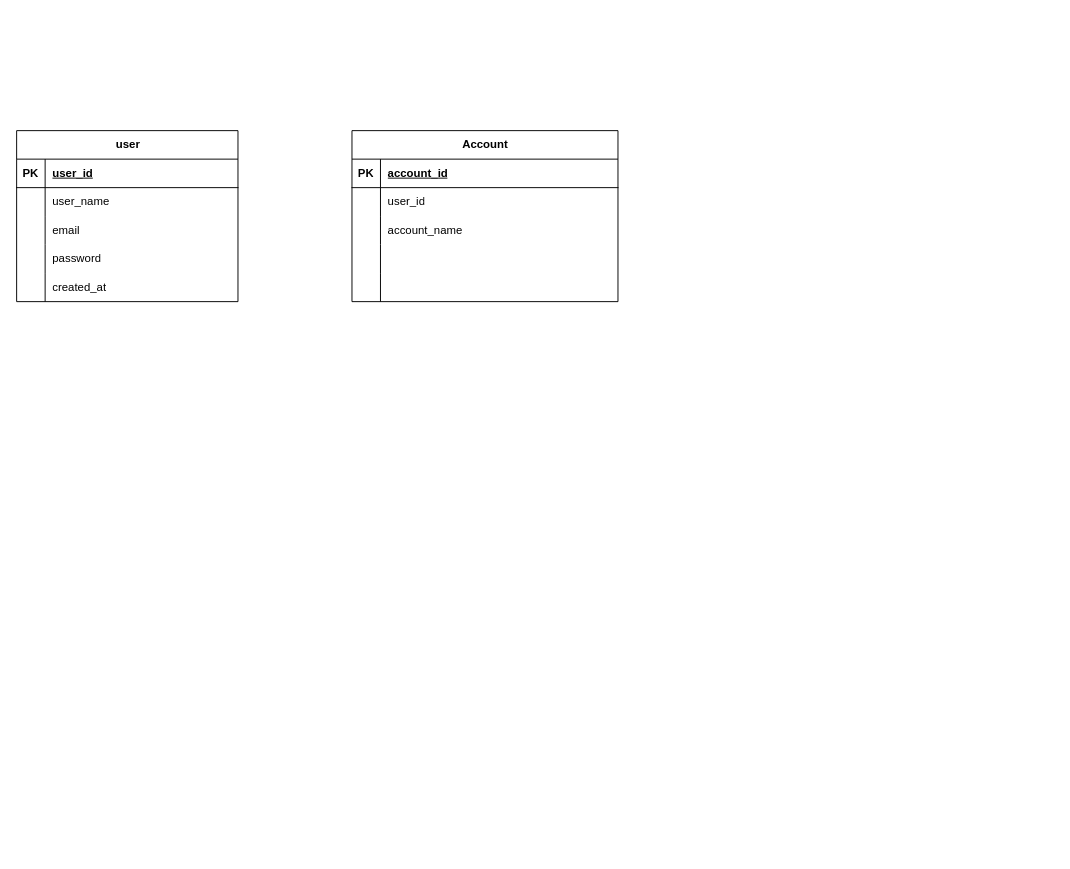
Before: er.dio in Fjisannsann/budget-book-app, a draw.io diagram. Source tidied: cells renumbered, new cells numbered last; positions are measured from the earlier drawing's top-left corner, leaving out a move shared by most shapes. Both pictures are drawn from the tidied source at 95%, with x=0, y=0 at pixel (16, 130).
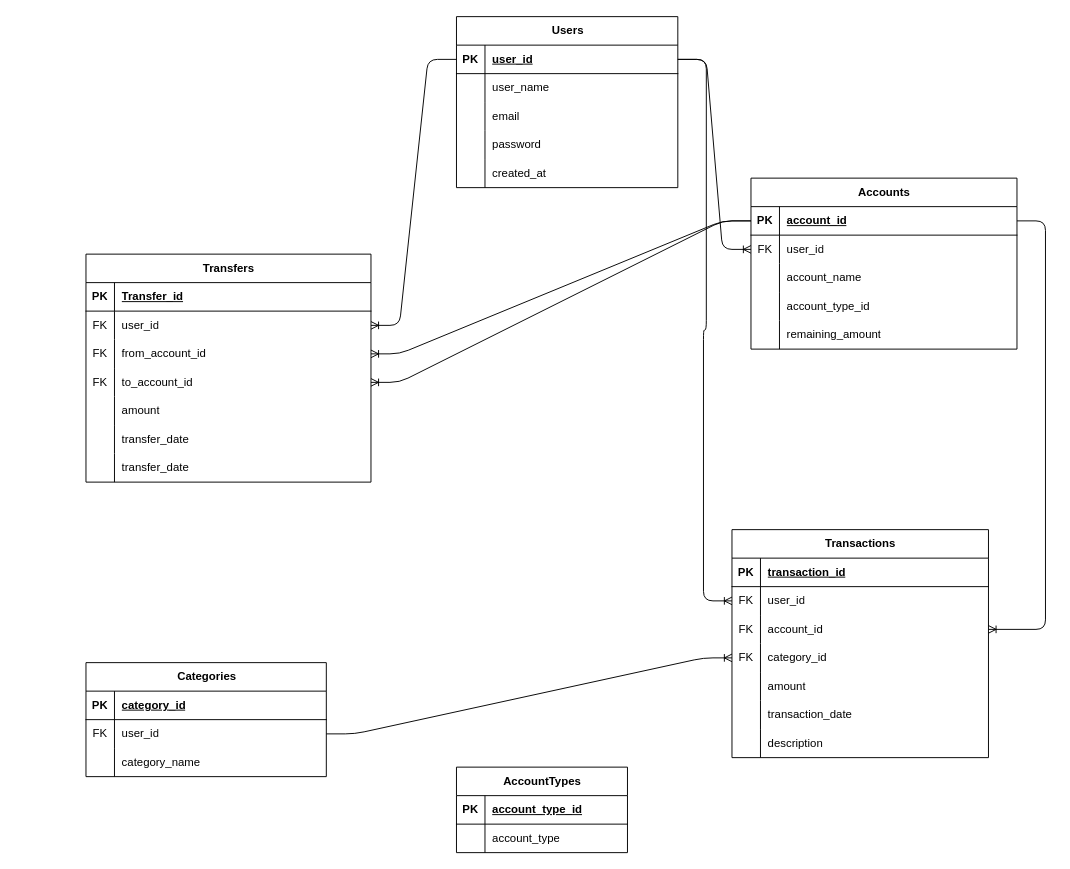
Above is the later version.

Unchanged cells that the change refers to:
```xml
<mxCell id="3" style="shape=tableRow;horizontal=0;startSize=0;swimlaneHead=0;swimlaneBody=0;fillColor=none;points=[[0,0.5],[1,0.5]];portConstraint=eastwest;top=0;left=0;right=0;bottom=1;" parent="2" vertex="1">
  <mxGeometry y="30" width="233" height="30" as="geometry" />
</mxCell>
<mxCell id="19" style="shape=tableRow;horizontal=0;startSize=0;swimlaneHead=0;swimlaneBody=0;fillColor=none;points=[[0,0.5],[1,0.5]];portConstraint=eastwest;top=0;left=0;right=0;bottom=1;" parent="18" vertex="1">
  <mxGeometry y="30" width="280" height="30" as="geometry" />
</mxCell>
<mxCell id="22" style="shape=tableRow;horizontal=0;startSize=0;swimlaneHead=0;swimlaneBody=0;fillColor=none;points=[[0,0.5],[1,0.5]];portConstraint=eastwest;top=0;left=0;right=0;bottom=0;" parent="18" vertex="1">
  <mxGeometry y="60" width="280" height="30" as="geometry" />
</mxCell>
<mxCell id="28" style="shape=tableRow;horizontal=0;startSize=0;swimlaneHead=0;swimlaneBody=0;fillColor=none;top=0;left=0;right=0;bottom=0;" parent="18" vertex="1">
  <mxGeometry y="120" width="280" height="30" as="geometry" />
</mxCell>
<mxCell id="31" style="shape=tableRow;horizontal=0;startSize=0;swimlaneHead=0;swimlaneBody=0;fillColor=none;top=0;left=0;right=0;bottom=0;" parent="18" vertex="1">
  <mxGeometry y="150" width="280" height="30" as="geometry" />
</mxCell>
```

Diff of the diagram source:
```diff
@@
-<mxGraphModel>
+<mxGraphModel background="#ffffff">
@@
-    <mxCell id="2" value="user" style="shape=table;startSize=30;childLayout=tableLayout;rowLines=0;fontStyle=1;align=center;html=1;" parent="1" vertex="1">
-      <mxGeometry width="233" height="180" as="geometry" />
+    <mxCell id="2" value="Users" style="shape=table;startSize=30;childLayout=tableLayout;rowLines=0;fontStyle=1;align=center;html=1;" parent="1" vertex="1">
+      <mxGeometry x="463" y="-120" width="233" height="180" as="geometry" />
     </mxCell>
@@
-    <mxCell id="18" value="Account" style="shape=table;startSize=30;childLayout=tableLayout;rowLines=0;fontStyle=1;align=center;html=1;" parent="1" vertex="1">
-      <mxGeometry x="353" width="280" height="180" as="geometry" />
+    <mxCell id="18" value="Accounts" style="shape=table;startSize=30;childLayout=tableLayout;rowLines=0;fontStyle=1;align=center;html=1;" parent="1" vertex="1">
+      <mxGeometry x="773" y="50" width="280" height="180" as="geometry" />
     </mxCell>
@@
-    <mxCell id="23" style="shape=partialRectangle;fillColor=none;top=0;left=0;bottom=0;right=0;overflow=hidden;whiteSpace=wrap;html=1;" parent="22" vertex="1">
+    <mxCell id="23" value="FK" style="shape=partialRectangle;fillColor=none;top=0;left=0;bottom=0;right=0;overflow=hidden;whiteSpace=wrap;html=1;" parent="22" vertex="1">
       <mxGeometry width="30" height="30" as="geometry" />
     </mxCell>
@@
-    <mxCell id="30" style="shape=partialRectangle;fillColor=none;top=0;left=0;bottom=0;right=0;align=left;spacingLeft=6;overflow=hidden;whiteSpace=wrap;html=1;" parent="28" vertex="1">
+    <mxCell id="30" value="account_type_id" style="shape=partialRectangle;fillColor=none;top=0;left=0;bottom=0;right=0;align=left;spacingLeft=6;overflow=hidden;whiteSpace=wrap;html=1;" parent="28" vertex="1">
       <mxGeometry x="30" width="250" height="30" as="geometry" />
     </mxCell>
@@
-    <mxCell id="33" style="shape=partialRectangle;fillColor=none;top=0;left=0;bottom=0;right=0;align=left;spacingLeft=6;overflow=hidden;whiteSpace=wrap;html=1;" parent="31" vertex="1">
+    <mxCell id="33" value="remaining_amount" style="shape=partialRectangle;fillColor=none;top=0;left=0;bottom=0;right=0;align=left;spacingLeft=6;overflow=hidden;whiteSpace=wrap;html=1;" parent="31" vertex="1">
       <mxGeometry x="30" width="250" height="30" as="geometry" />
     </mxCell>
+    <mxCell id="34" value="Categories" style="shape=table;startSize=30;childLayout=tableLayout;rowLines=0;fontStyle=1;align=center;html=1;" parent="1" vertex="1">
+      <mxGeometry x="73" y="560" width="253" height="120" as="geometry" />
+    </mxCell>
+    <mxCell id="35" style="shape=tableRow;horizontal=0;startSize=0;swimlaneHead=0;swimlaneBody=0;fillColor=none;top=0;left=0;right=0;bottom=1;" parent="34" vertex="1">
+      <mxGeometry y="30" width="253" height="30" as="geometry" />
+    </mxCell>
+    <mxCell id="36" value="PK" style="shape=partialRectangle;fillColor=none;top=0;left=0;bottom=0;right=0;fontStyle=1;overflow=hidden;whiteSpace=wrap;html=1;" parent="35" vertex="1">
+      <mxGeometry width="30" height="30" as="geometry" />
+    </mxCell>
+    <mxCell id="37" value="category_id" style="shape=partialRectangle;fillColor=none;top=0;left=0;bottom=0;right=0;align=left;spacingLeft=6;fontStyle=5;overflow=hidden;whiteSpace=wrap;html=1;" parent="35" vertex="1">
+      <mxGeometry x="30" width="223" height="30" as="geometry" />
+    </mxCell>
+    <mxCell id="38" style="shape=tableRow;horizontal=0;startSize=0;swimlaneHead=0;swimlaneBody=0;fillColor=none;points=[[0,0.5],[1,0.5]];portConstraint=eastwest;top=0;left=0;right=0;bottom=0;" parent="34" vertex="1">
+      <mxGeometry y="60" width="253" height="30" as="geometry" />
+    </mxCell>
+    <mxCell id="39" value="FK" style="shape=partialRectangle;fillColor=none;top=0;left=0;bottom=0;right=0;overflow=hidden;whiteSpace=wrap;html=1;" parent="38" vertex="1">
+      <mxGeometry width="30" height="30" as="geometry" />
+    </mxCell>
+    <mxCell id="40" value="user_id" style="shape=partialRectangle;fillColor=none;top=0;left=0;bottom=0;right=0;align=left;spacingLeft=6;overflow=hidden;whiteSpace=wrap;html=1;" parent="38" vertex="1">
+      <mxGeometry x="30" width="223" height="30" as="geometry" />
+    </mxCell>
+    <mxCell id="41" style="shape=tableRow;horizontal=0;startSize=0;swimlaneHead=0;swimlaneBody=0;fillColor=none;top=0;left=0;right=0;bottom=0;" parent="34" vertex="1">
+      <mxGeometry y="90" width="253" height="30" as="geometry" />
+    </mxCell>
+    <mxCell id="42" style="shape=partialRectangle;fillColor=none;top=0;left=0;bottom=0;right=0;overflow=hidden;whiteSpace=wrap;html=1;" parent="41" vertex="1">
+      <mxGeometry width="30" height="30" as="geometry" />
+    </mxCell>
+    <mxCell id="43" value="category_name" style="shape=partialRectangle;fillColor=none;top=0;left=0;bottom=0;right=0;align=left;spacingLeft=6;overflow=hidden;whiteSpace=wrap;html=1;" parent="41" vertex="1">
+      <mxGeometry x="30" width="223" height="30" as="geometry" />
+    </mxCell>
+    <mxCell id="44" value="Transactions" style="shape=table;startSize=30;childLayout=tableLayout;rowLines=0;fontStyle=1;align=center;html=1;" parent="1" vertex="1">
+      <mxGeometry x="753" y="420" width="270" height="240" as="geometry" />
+    </mxCell>
+    <mxCell id="45" style="shape=tableRow;horizontal=0;startSize=0;swimlaneHead=0;swimlaneBody=0;fillColor=none;top=0;left=0;right=0;bottom=1;" parent="44" vertex="1">
+      <mxGeometry y="30" width="270" height="30" as="geometry" />
+    </mxCell>
+    <mxCell id="46" value="PK" style="shape=partialRectangle;fillColor=none;top=0;left=0;bottom=0;right=0;fontStyle=1;overflow=hidden;whiteSpace=wrap;html=1;" parent="45" vertex="1">
+      <mxGeometry width="30" height="30" as="geometry" />
+    </mxCell>
+    <mxCell id="47" value="transaction_id" style="shape=partialRectangle;fillColor=none;top=0;left=0;bottom=0;right=0;align=left;spacingLeft=6;fontStyle=5;overflow=hidden;whiteSpace=wrap;html=1;" parent="45" vertex="1">
+      <mxGeometry x="30" width="240" height="30" as="geometry" />
+    </mxCell>
+    <mxCell id="48" style="shape=tableRow;horizontal=0;startSize=0;swimlaneHead=0;swimlaneBody=0;fillColor=none;points=[[0,0.5],[1,0.5]];portConstraint=eastwest;top=0;left=0;right=0;bottom=0;" parent="44" vertex="1">
+      <mxGeometry y="60" width="270" height="30" as="geometry" />
+    </mxCell>
+    <mxCell id="49" value="FK" style="shape=partialRectangle;fillColor=none;top=0;left=0;bottom=0;right=0;overflow=hidden;whiteSpace=wrap;html=1;" parent="48" vertex="1">
+      <mxGeometry width="30" height="30" as="geometry" />
+    </mxCell>
+    <mxCell id="50" value="user_id" style="shape=partialRectangle;fillColor=none;top=0;left=0;bottom=0;right=0;align=left;spacingLeft=6;overflow=hidden;whiteSpace=wrap;html=1;" parent="48" vertex="1">
+      <mxGeometry x="30" width="240" height="30" as="geometry" />
+    </mxCell>
+    <mxCell id="51" style="shape=tableRow;horizontal=0;startSize=0;swimlaneHead=0;swimlaneBody=0;fillColor=none;points=[[0,0.5],[1,0.5]];portConstraint=eastwest;top=0;left=0;right=0;bottom=0;" parent="44" vertex="1">
+      <mxGeometry y="90" width="270" height="30" as="geometry" />
+    </mxCell>
+    <mxCell id="52" value="FK" style="shape=partialRectangle;fillColor=none;top=0;left=0;bottom=0;right=0;overflow=hidden;whiteSpace=wrap;html=1;" parent="51" vertex="1">
+      <mxGeometry width="30" height="30" as="geometry" />
+    </mxCell>
+    <mxCell id="53" value="account_id" style="shape=partialRectangle;fillColor=none;top=0;left=0;bottom=0;right=0;align=left;spacingLeft=6;overflow=hidden;whiteSpace=wrap;html=1;" parent="51" vertex="1">
+      <mxGeometry x="30" width="240" height="30" as="geometry" />
+    </mxCell>
+    <mxCell id="54" style="shape=tableRow;horizontal=0;startSize=0;swimlaneHead=0;swimlaneBody=0;fillColor=none;points=[[0,0.5],[1,0.5]];portConstraint=eastwest;top=0;left=0;right=0;bottom=0;" parent="44" vertex="1">
+      <mxGeometry y="120" width="270" height="30" as="geometry" />
+    </mxCell>
+    <mxCell id="55" value="FK" style="shape=partialRectangle;fillColor=none;top=0;left=0;bottom=0;right=0;overflow=hidden;whiteSpace=wrap;html=1;" parent="54" vertex="1">
+      <mxGeometry width="30" height="30" as="geometry" />
+    </mxCell>
+    <mxCell id="56" value="&lt;span style=&quot;color: rgb(0, 0, 0);&quot;&gt;category_id&lt;/span&gt;" style="shape=partialRectangle;fillColor=none;top=0;left=0;bottom=0;right=0;align=left;spacingLeft=6;overflow=hidden;whiteSpace=wrap;html=1;" parent="54" vertex="1">
+      <mxGeometry x="30" width="240" height="30" as="geometry" />
+    </mxCell>
+    <mxCell id="57" style="shape=tableRow;horizontal=0;startSize=0;swimlaneHead=0;swimlaneBody=0;fillColor=none;top=0;left=0;right=0;bottom=0;" parent="44" vertex="1">
+      <mxGeometry y="150" width="270" height="30" as="geometry" />
+    </mxCell>
+    <mxCell id="58" style="shape=partialRectangle;fillColor=none;top=0;left=0;bottom=0;right=0;overflow=hidden;whiteSpace=wrap;html=1;" parent="57" vertex="1">
+      <mxGeometry width="30" height="30" as="geometry" />
+    </mxCell>
+    <mxCell id="59" value="amount" style="shape=partialRectangle;fillColor=none;top=0;left=0;bottom=0;right=0;align=left;spacingLeft=6;overflow=hidden;whiteSpace=wrap;html=1;" parent="57" vertex="1">
+      <mxGeometry x="30" width="240" height="30" as="geometry" />
+    </mxCell>
+    <mxCell id="60" style="shape=tableRow;horizontal=0;startSize=0;swimlaneHead=0;swimlaneBody=0;fillColor=none;top=0;left=0;right=0;bottom=0;" parent="44" vertex="1">
+      <mxGeometry y="180" width="270" height="30" as="geometry" />
+    </mxCell>
+    <mxCell id="61" style="shape=partialRectangle;fillColor=none;top=0;left=0;bottom=0;right=0;overflow=hidden;whiteSpace=wrap;html=1;" parent="60" vertex="1">
+      <mxGeometry width="30" height="30" as="geometry" />
+    </mxCell>
+    <mxCell id="62" value="transaction_date" style="shape=partialRectangle;fillColor=none;top=0;left=0;bottom=0;right=0;align=left;spacingLeft=6;overflow=hidden;whiteSpace=wrap;html=1;" parent="60" vertex="1">
+      <mxGeometry x="30" width="240" height="30" as="geometry" />
+    </mxCell>
+    <mxCell id="63" style="shape=tableRow;horizontal=0;startSize=0;swimlaneHead=0;swimlaneBody=0;fillColor=none;top=0;left=0;right=0;bottom=0;" parent="44" vertex="1">
+      <mxGeometry y="210" width="270" height="30" as="geometry" />
+    </mxCell>
+    <mxCell id="64" style="shape=partialRectangle;fillColor=none;top=0;left=0;bottom=0;right=0;overflow=hidden;whiteSpace=wrap;html=1;" parent="63" vertex="1">
+      <mxGeometry width="30" height="30" as="geometry" />
+    </mxCell>
+    <mxCell id="65" value="description" style="shape=partialRectangle;fillColor=none;top=0;left=0;bottom=0;right=0;align=left;spacingLeft=6;overflow=hidden;whiteSpace=wrap;html=1;" parent="63" vertex="1">
+      <mxGeometry x="30" width="240" height="30" as="geometry" />
+    </mxCell>
+    <mxCell id="66" value="Transfers" style="shape=table;startSize=30;childLayout=tableLayout;rowLines=0;fontStyle=1;align=center;html=1;" parent="1" vertex="1">
+      <mxGeometry x="73" y="130" width="300" height="240" as="geometry" />
+    </mxCell>
+    <mxCell id="67" style="shape=tableRow;horizontal=0;startSize=0;swimlaneHead=0;swimlaneBody=0;fillColor=none;top=0;left=0;right=0;bottom=1;" parent="66" vertex="1">
+      <mxGeometry y="30" width="300" height="30" as="geometry" />
+    </mxCell>
+    <mxCell id="68" value="PK" style="shape=partialRectangle;fillColor=none;top=0;left=0;bottom=0;right=0;fontStyle=1;overflow=hidden;whiteSpace=wrap;html=1;" parent="67" vertex="1">
+      <mxGeometry width="30" height="30" as="geometry" />
+    </mxCell>
+    <mxCell id="69" value="Transfer_id" style="shape=partialRectangle;fillColor=none;top=0;left=0;bottom=0;right=0;align=left;spacingLeft=6;fontStyle=5;overflow=hidden;whiteSpace=wrap;html=1;" parent="67" vertex="1">
+      <mxGeometry x="30" width="270" height="30" as="geometry" />
+    </mxCell>
+    <mxCell id="70" style="shape=tableRow;horizontal=0;startSize=0;swimlaneHead=0;swimlaneBody=0;fillColor=none;points=[[0,0.5],[1,0.5]];portConstraint=eastwest;top=0;left=0;right=0;bottom=0;" parent="66" vertex="1">
+      <mxGeometry y="60" width="300" height="30" as="geometry" />
+    </mxCell>
+    <mxCell id="71" value="FK" style="shape=partialRectangle;fillColor=none;top=0;left=0;bottom=0;right=0;overflow=hidden;whiteSpace=wrap;html=1;" parent="70" vertex="1">
+      <mxGeometry width="30" height="30" as="geometry" />
+    </mxCell>
+    <mxCell id="72" value="user_id" style="shape=partialRectangle;fillColor=none;top=0;left=0;bottom=0;right=0;align=left;spacingLeft=6;overflow=hidden;whiteSpace=wrap;html=1;" parent="70" vertex="1">
+      <mxGeometry x="30" width="270" height="30" as="geometry" />
+    </mxCell>
+    <mxCell id="73" style="shape=tableRow;horizontal=0;startSize=0;swimlaneHead=0;swimlaneBody=0;fillColor=none;points=[[0,0.5],[1,0.5]];portConstraint=eastwest;top=0;left=0;right=0;bottom=0;" parent="66" vertex="1">
+      <mxGeometry y="90" width="300" height="30" as="geometry" />
+    </mxCell>
+    <mxCell id="74" value="FK" style="shape=partialRectangle;fillColor=none;top=0;left=0;bottom=0;right=0;overflow=hidden;whiteSpace=wrap;html=1;" parent="73" vertex="1">
+      <mxGeometry width="30" height="30" as="geometry" />
+    </mxCell>
+    <mxCell id="75" value="from_account_id" style="shape=partialRectangle;fillColor=none;top=0;left=0;bottom=0;right=0;align=left;spacingLeft=6;overflow=hidden;whiteSpace=wrap;html=1;" parent="73" vertex="1">
+      <mxGeometry x="30" width="270" height="30" as="geometry" />
+    </mxCell>
+    <mxCell id="76" style="shape=tableRow;horizontal=0;startSize=0;swimlaneHead=0;swimlaneBody=0;fillColor=none;points=[[0,0.5],[1,0.5]];portConstraint=eastwest;top=0;left=0;right=0;bottom=0;" parent="66" vertex="1">
+      <mxGeometry y="120" width="300" height="30" as="geometry" />
+    </mxCell>
+    <mxCell id="77" value="FK" style="shape=partialRectangle;fillColor=none;top=0;left=0;bottom=0;right=0;overflow=hidden;whiteSpace=wrap;html=1;" parent="76" vertex="1">
+      <mxGeometry width="30" height="30" as="geometry" />
+    </mxCell>
+    <mxCell id="78" value="to_account_id" style="shape=partialRectangle;fillColor=none;top=0;left=0;bottom=0;right=0;align=left;spacingLeft=6;overflow=hidden;whiteSpace=wrap;html=1;" parent="76" vertex="1">
+      <mxGeometry x="30" width="270" height="30" as="geometry" />
+    </mxCell>
+    <mxCell id="79" style="shape=tableRow;horizontal=0;startSize=0;swimlaneHead=0;swimlaneBody=0;fillColor=none;top=0;left=0;right=0;bottom=0;" parent="66" vertex="1">
+      <mxGeometry y="150" width="300" height="30" as="geometry" />
+    </mxCell>
+    <mxCell id="80" style="shape=partialRectangle;fillColor=none;top=0;left=0;bottom=0;right=0;overflow=hidden;whiteSpace=wrap;html=1;" parent="79" vertex="1">
+      <mxGeometry width="30" height="30" as="geometry" />
+    </mxCell>
+    <mxCell id="81" value="amount" style="shape=partialRectangle;fillColor=none;top=0;left=0;bottom=0;right=0;align=left;spacingLeft=6;overflow=hidden;whiteSpace=wrap;html=1;" parent="79" vertex="1">
+      <mxGeometry x="30" width="270" height="30" as="geometry" />
+    </mxCell>
+    <mxCell id="82" style="shape=tableRow;horizontal=0;startSize=0;swimlaneHead=0;swimlaneBody=0;fillColor=none;top=0;left=0;right=0;bottom=0;" parent="66" vertex="1">
+      <mxGeometry y="180" width="300" height="30" as="geometry" />
+    </mxCell>
+    <mxCell id="83" style="shape=partialRectangle;fillColor=none;top=0;left=0;bottom=0;right=0;overflow=hidden;whiteSpace=wrap;html=1;" parent="82" vertex="1">
+      <mxGeometry width="30" height="30" as="geometry" />
+    </mxCell>
+    <mxCell id="84" value="transfer_date" style="shape=partialRectangle;fillColor=none;top=0;left=0;bottom=0;right=0;align=left;spacingLeft=6;overflow=hidden;whiteSpace=wrap;html=1;" parent="82" vertex="1">
+      <mxGeometry x="30" width="270" height="30" as="geometry" />
+    </mxCell>
+    <mxCell id="85" style="shape=tableRow;horizontal=0;startSize=0;swimlaneHead=0;swimlaneBody=0;fillColor=none;top=0;left=0;right=0;bottom=0;" parent="66" vertex="1">
+      <mxGeometry y="210" width="300" height="30" as="geometry" />
+    </mxCell>
+    <mxCell id="86" style="shape=partialRectangle;fillColor=none;top=0;left=0;bottom=0;right=0;overflow=hidden;whiteSpace=wrap;html=1;" parent="85" vertex="1">
+      <mxGeometry width="30" height="30" as="geometry" />
+    </mxCell>
+    <mxCell id="87" value="transfer_date" style="shape=partialRectangle;fillColor=none;top=0;left=0;bottom=0;right=0;align=left;spacingLeft=6;overflow=hidden;whiteSpace=wrap;html=1;" parent="85" vertex="1">
+      <mxGeometry x="30" width="270" height="30" as="geometry" />
+    </mxCell>
+    <mxCell id="88" style="edgeStyle=entityRelationEdgeStyle;fontSize=12;html=1;endArrow=ERoneToMany;entryX=0;entryY=0.5;entryDx=0;entryDy=0;exitX=1;exitY=0.5;exitDx=0;exitDy=0;" parent="1" edge="1" source="3" target="22">
+      <mxGeometry relative="1" as="geometry" />
+    </mxCell>
+    <mxCell id="89" style="edgeStyle=entityRelationEdgeStyle;fontSize=12;html=1;endArrow=ERoneToMany;exitX=0;exitY=0.5;exitDx=0;exitDy=0;" parent="1" edge="1" source="3" target="70">
+      <mxGeometry relative="1" as="geometry" />
+    </mxCell>
+    <mxCell id="90" style="edgeStyle=entityRelationEdgeStyle;fontSize=12;html=1;endArrow=ERoneToMany;exitX=1;exitY=0.5;exitDx=0;exitDy=0;entryX=0;entryY=0.5;entryDx=0;entryDy=0;" parent="1" edge="1" source="3" target="48">
+      <mxGeometry relative="1" as="geometry" />
+    </mxCell>
+    <mxCell id="91" style="edgeStyle=entityRelationEdgeStyle;fontSize=12;html=1;endArrow=ERoneToMany;entryX=0;entryY=0.5;entryDx=0;entryDy=0;" parent="1" edge="1" source="38" target="54">
+      <mxGeometry relative="1" as="geometry">
+        <Array as="points">
+          <mxPoint x="1016" y="480" />
+        </Array>
+      </mxGeometry>
+    </mxCell>
+    <mxCell id="92" style="edgeStyle=entityRelationEdgeStyle;fontSize=12;html=1;endArrow=ERoneToMany;entryX=1;entryY=0.5;entryDx=0;entryDy=0;" parent="1" edge="1" source="19" target="51">
+      <mxGeometry relative="1" as="geometry">
+        <Array as="points">
+          <mxPoint x="1273" y="230" />
+          <mxPoint x="1373" y="228" />
+          <mxPoint x="1413" y="210" />
+          <mxPoint x="1343" y="290" />
+        </Array>
+      </mxGeometry>
+    </mxCell>
+    <mxCell id="93" style="edgeStyle=entityRelationEdgeStyle;fontSize=12;html=1;endArrow=ERoneToMany;exitX=0;exitY=0.5;exitDx=0;exitDy=0;" parent="1" edge="1" source="19" target="73">
+      <mxGeometry relative="1" as="geometry" />
+    </mxCell>
+    <mxCell id="94" style="edgeStyle=entityRelationEdgeStyle;fontSize=12;html=1;endArrow=ERoneToMany;exitX=0;exitY=0.5;exitDx=0;exitDy=0;" parent="1" edge="1" source="19" target="76">
+      <mxGeometry relative="1" as="geometry" />
+    </mxCell>
+    <mxCell id="95" value="AccountTypes" style="shape=table;startSize=30;childLayout=tableLayout;rowLines=0;fontStyle=1;align=center;html=1;" parent="1" vertex="1">
+      <mxGeometry x="463" y="670" width="180" height="90" as="geometry" />
+    </mxCell>
+    <mxCell id="96" style="shape=tableRow;horizontal=0;startSize=0;swimlaneHead=0;swimlaneBody=0;fillColor=none;top=0;left=0;right=0;bottom=1;" parent="95" vertex="1">
+      <mxGeometry y="30" width="180" height="30" as="geometry" />
+    </mxCell>
+    <mxCell id="97" value="PK" style="shape=partialRectangle;fillColor=none;top=0;left=0;bottom=0;right=0;fontStyle=1;overflow=hidden;whiteSpace=wrap;html=1;" parent="96" vertex="1">
+      <mxGeometry width="30" height="30" as="geometry" />
+    </mxCell>
+    <mxCell id="98" value="account_type_id" style="shape=partialRectangle;fillColor=none;top=0;left=0;bottom=0;right=0;align=left;spacingLeft=6;fontStyle=5;overflow=hidden;whiteSpace=wrap;html=1;" parent="96" vertex="1">
+      <mxGeometry x="30" width="150" height="30" as="geometry" />
+    </mxCell>
+    <mxCell id="99" style="shape=tableRow;horizontal=0;startSize=0;swimlaneHead=0;swimlaneBody=0;fillColor=none;top=0;left=0;right=0;bottom=0;" parent="95" vertex="1">
+      <mxGeometry y="60" width="180" height="30" as="geometry" />
+    </mxCell>
+    <mxCell id="100" style="shape=partialRectangle;fillColor=none;top=0;left=0;bottom=0;right=0;overflow=hidden;whiteSpace=wrap;html=1;" parent="99" vertex="1">
+      <mxGeometry width="30" height="30" as="geometry" />
+    </mxCell>
+    <mxCell id="101" value="account_type" style="shape=partialRectangle;fillColor=none;top=0;left=0;bottom=0;right=0;align=left;spacingLeft=6;overflow=hidden;whiteSpace=wrap;html=1;" parent="99" vertex="1">
+      <mxGeometry x="30" width="150" height="30" as="geometry" />
+    </mxCell>
```
